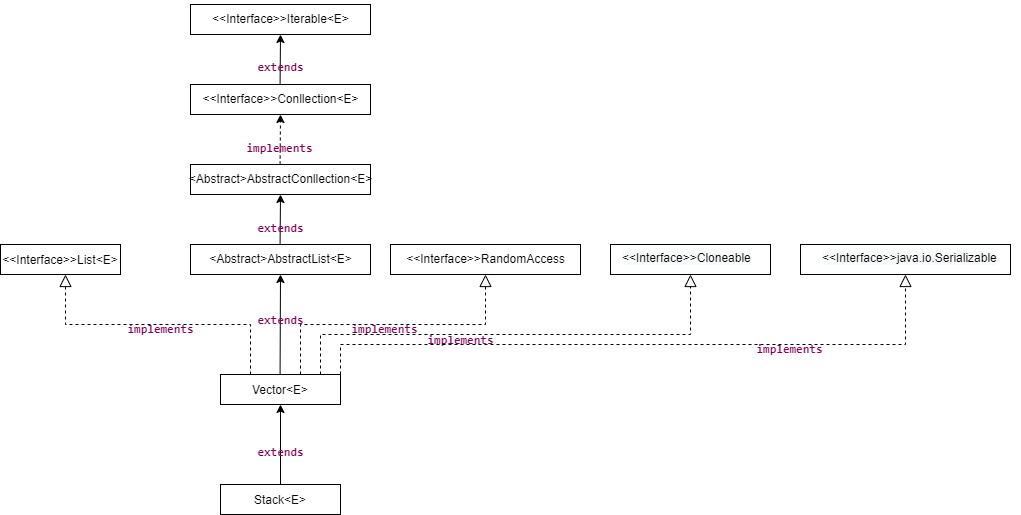
This is Stack关系图.png from jsdsfy/flowchart-warehouse, a draw.io export, as it was before one commit. Source tidied: cells renumbered, new cells last; positions are measured from the earlier drawing's top-left corner, leaving out a move shared by most shapes.
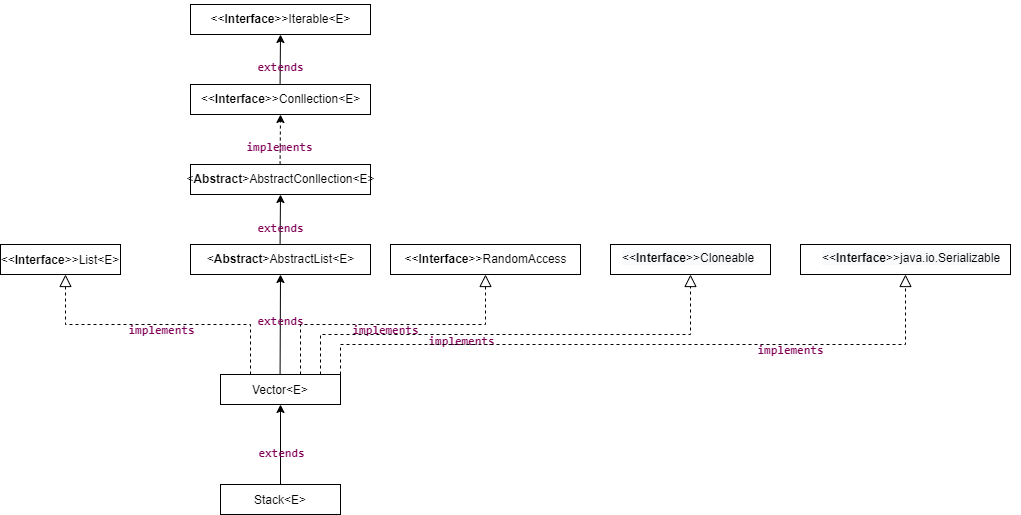
Above is the later version.

Commit message:
更新Stack关系图.png

What changed in the source:
```diff
@@ -8,7 +8,7 @@
     <mxCell id="3" value="Vector&amp;lt;E&amp;gt;" style="rounded=0;whiteSpace=wrap;html=1;" parent="1" vertex="1">
       <mxGeometry x="220" y="370" width="120" height="30" as="geometry" />
     </mxCell>
-    <mxCell id="4" value="&amp;lt;&amp;lt;Interface&amp;gt;&amp;gt;List&amp;lt;E&amp;gt;" style="rounded=0;whiteSpace=wrap;html=1;" parent="1" vertex="1">
+    <mxCell id="4" value="&amp;lt;&amp;lt;&lt;b&gt;Interface&lt;/b&gt;&amp;gt;&amp;gt;List&amp;lt;E&amp;gt;" style="rounded=0;whiteSpace=wrap;html=1;" parent="1" vertex="1">
       <mxGeometry y="240" width="120" height="30" as="geometry" />
     </mxCell>
     <mxCell id="5" style="rounded=0;whiteSpace=wrap;html=1;" parent="1" vertex="1">
@@ -70,22 +70,22 @@
     <mxCell id="18" value="&lt;pre style=&quot;font-size: 24px ; font-weight: 700 ; font-family: &amp;quot;consolas&amp;quot;&quot;&gt;&lt;span style=&quot;color: rgb(127 , 0 , 85)&quot;&gt;&lt;font style=&quot;font-size: 11px&quot;&gt;implements&lt;/font&gt;&lt;/span&gt;&lt;/pre&gt;" style="edgeLabel;html=1;align=center;verticalAlign=middle;labelBackgroundColor=none;" parent="17" vertex="1">
       <mxGeometry x="0.44" relative="1" as="geometry" />
     </mxCell>
-    <mxCell id="19" value="&lt;span style=&quot;font-size: 12px ; font-weight: 400&quot;&gt;&amp;lt;Abstract&amp;gt;Abstract&lt;/span&gt;&lt;span style=&quot;font-size: 12px ; font-weight: 400&quot;&gt;List&amp;lt;E&amp;gt;&lt;/span&gt;" style="text;strokeColor=none;fillColor=none;html=1;fontSize=24;fontStyle=1;verticalAlign=middle;align=center;" parent="1" vertex="1">
+    <mxCell id="19" value="&lt;span style=&quot;font-size: 12px ; font-weight: 400&quot;&gt;&amp;lt;&lt;/span&gt;&lt;span style=&quot;font-size: 12px&quot;&gt;Abstract&lt;/span&gt;&lt;span style=&quot;font-size: 12px ; font-weight: 400&quot;&gt;&amp;gt;Abstract&lt;/span&gt;&lt;span style=&quot;font-size: 12px ; font-weight: 400&quot;&gt;List&amp;lt;E&amp;gt;&lt;/span&gt;" style="text;strokeColor=none;fillColor=none;html=1;fontSize=24;fontStyle=1;verticalAlign=middle;align=center;" parent="1" vertex="1">
       <mxGeometry x="200" y="240" width="160" height="20" as="geometry" />
     </mxCell>
-    <mxCell id="20" value="&lt;span style=&quot;font-size: 12px ; font-weight: 400&quot;&gt;&amp;lt;&amp;lt;Interface&amp;gt;&amp;gt;RandomAccess&lt;/span&gt;" style="text;strokeColor=none;fillColor=none;html=1;fontSize=24;fontStyle=1;verticalAlign=middle;align=center;" parent="1" vertex="1">
+    <mxCell id="20" value="&lt;span style=&quot;font-size: 12px ; font-weight: 400&quot;&gt;&amp;lt;&amp;lt;&lt;/span&gt;&lt;span style=&quot;font-size: 12px&quot;&gt;Interface&lt;/span&gt;&lt;span style=&quot;font-size: 12px ; font-weight: 400&quot;&gt;&amp;gt;&amp;gt;RandomAccess&lt;/span&gt;" style="text;strokeColor=none;fillColor=none;html=1;fontSize=24;fontStyle=1;verticalAlign=middle;align=center;" parent="1" vertex="1">
       <mxGeometry x="405" y="240" width="160" height="20" as="geometry" />
     </mxCell>
-    <mxCell id="21" value="&lt;span style=&quot;color: rgb(0 , 0 , 0) ; font-family: &amp;#34;helvetica&amp;#34; ; font-size: 12px ; font-style: normal ; font-weight: 400 ; letter-spacing: normal ; text-align: center ; text-indent: 0px ; text-transform: none ; word-spacing: 0px ; background-color: rgb(248 , 249 , 250) ; display: inline ; float: none&quot;&gt;&amp;lt;&amp;lt;Interface&amp;gt;&amp;gt;Cloneable&lt;/span&gt;" style="text;whiteSpace=wrap;html=1;" parent="1" vertex="1">
+    <mxCell id="21" value="&lt;span style=&quot;color: rgb(0 , 0 , 0) ; font-family: &amp;#34;helvetica&amp;#34; ; font-size: 12px ; font-style: normal ; font-weight: 400 ; letter-spacing: normal ; text-align: center ; text-indent: 0px ; text-transform: none ; word-spacing: 0px ; background-color: rgb(248 , 249 , 250) ; display: inline ; float: none&quot;&gt;&amp;lt;&amp;lt;&lt;/span&gt;&lt;span style=&quot;color: rgb(0 , 0 , 0) ; font-family: &amp;#34;helvetica&amp;#34; ; font-size: 12px ; font-style: normal ; letter-spacing: normal ; text-align: center ; text-indent: 0px ; text-transform: none ; word-spacing: 0px ; background-color: rgb(248 , 249 , 250) ; display: inline ; float: none&quot;&gt;&lt;b&gt;Interface&lt;/b&gt;&lt;/span&gt;&lt;span style=&quot;color: rgb(0 , 0 , 0) ; font-family: &amp;#34;helvetica&amp;#34; ; font-size: 12px ; font-style: normal ; font-weight: 400 ; letter-spacing: normal ; text-align: center ; text-indent: 0px ; text-transform: none ; word-spacing: 0px ; background-color: rgb(248 , 249 , 250) ; display: inline ; float: none&quot;&gt;&amp;gt;&amp;gt;Cloneable&lt;/span&gt;" style="text;whiteSpace=wrap;html=1;" parent="1" vertex="1">
       <mxGeometry x="620" y="240" width="140" height="30" as="geometry" />
     </mxCell>
-    <mxCell id="22" value="&lt;span style=&quot;color: rgb(0 , 0 , 0) ; font-family: &amp;#34;helvetica&amp;#34; ; font-size: 12px ; font-style: normal ; font-weight: 400 ; letter-spacing: normal ; text-align: center ; text-indent: 0px ; text-transform: none ; word-spacing: 0px ; background-color: rgb(248 , 249 , 250) ; display: inline ; float: none&quot;&gt;&amp;lt;&amp;lt;Interface&amp;gt;&amp;gt;java.io.Serializable&lt;/span&gt;" style="text;whiteSpace=wrap;html=1;" parent="1" vertex="1">
+    <mxCell id="22" value="&lt;span style=&quot;color: rgb(0 , 0 , 0) ; font-family: &amp;#34;helvetica&amp;#34; ; font-size: 12px ; font-style: normal ; font-weight: 400 ; letter-spacing: normal ; text-align: center ; text-indent: 0px ; text-transform: none ; word-spacing: 0px ; background-color: rgb(248 , 249 , 250) ; display: inline ; float: none&quot;&gt;&amp;lt;&amp;lt;&lt;/span&gt;&lt;span style=&quot;color: rgb(0 , 0 , 0) ; font-family: &amp;#34;helvetica&amp;#34; ; font-size: 12px ; font-style: normal ; letter-spacing: normal ; text-align: center ; text-indent: 0px ; text-transform: none ; word-spacing: 0px ; background-color: rgb(248 , 249 , 250) ; display: inline ; float: none&quot;&gt;&lt;b&gt;Interface&lt;/b&gt;&lt;/span&gt;&lt;span style=&quot;color: rgb(0 , 0 , 0) ; font-family: &amp;#34;helvetica&amp;#34; ; font-size: 12px ; font-style: normal ; font-weight: 400 ; letter-spacing: normal ; text-align: center ; text-indent: 0px ; text-transform: none ; word-spacing: 0px ; background-color: rgb(248 , 249 , 250) ; display: inline ; float: none&quot;&gt;&amp;gt;&amp;gt;java.io.Serializable&lt;/span&gt;" style="text;whiteSpace=wrap;html=1;" parent="1" vertex="1">
       <mxGeometry x="820" y="240" width="200" height="30" as="geometry" />
     </mxCell>
     <mxCell id="23" style="rounded=0;whiteSpace=wrap;html=1;" parent="1" vertex="1">
       <mxGeometry x="190" y="160" width="180" height="30" as="geometry" />
     </mxCell>
-    <mxCell id="24" value="&lt;span style=&quot;font-size: 12px ; font-weight: 400&quot;&gt;&amp;lt;Abstract&amp;gt;AbstractConllection&lt;/span&gt;&lt;span style=&quot;font-size: 12px ; font-weight: 400&quot;&gt;&amp;lt;E&amp;gt;&lt;/span&gt;" style="text;strokeColor=none;fillColor=none;html=1;fontSize=24;fontStyle=1;verticalAlign=middle;align=center;" parent="1" vertex="1">
+    <mxCell id="24" value="&lt;span style=&quot;font-size: 12px ; font-weight: 400&quot;&gt;&amp;lt;&lt;/span&gt;&lt;span style=&quot;font-size: 12px&quot;&gt;Abstract&lt;/span&gt;&lt;span style=&quot;font-size: 12px ; font-weight: 400&quot;&gt;&amp;gt;AbstractConllection&lt;/span&gt;&lt;span style=&quot;font-size: 12px ; font-weight: 400&quot;&gt;&amp;lt;E&amp;gt;&lt;/span&gt;" style="text;strokeColor=none;fillColor=none;html=1;fontSize=24;fontStyle=1;verticalAlign=middle;align=center;" parent="1" vertex="1">
       <mxGeometry x="200" y="160" width="160" height="20" as="geometry" />
     </mxCell>
     <mxCell id="25" style="endArrow=classic;html=1;exitX=0.5;exitY=0;exitDx=0;exitDy=0;" parent="1" edge="1">
@@ -109,7 +109,7 @@
     <mxCell id="29" style="rounded=0;whiteSpace=wrap;html=1;" parent="1" vertex="1">
       <mxGeometry x="190" y="80" width="180" height="30" as="geometry" />
     </mxCell>
-    <mxCell id="30" value="&lt;span style=&quot;font-size: 12px ; font-weight: 400&quot;&gt;&amp;lt;&amp;lt;Interface&amp;gt;&amp;gt;&lt;/span&gt;&lt;span style=&quot;font-size: 12px ; font-weight: 400&quot;&gt;Conllection&lt;/span&gt;&lt;span style=&quot;font-size: 12px ; font-weight: 400&quot;&gt;&amp;lt;E&amp;gt;&lt;/span&gt;" style="text;strokeColor=none;fillColor=none;html=1;fontSize=24;fontStyle=1;verticalAlign=middle;align=center;" parent="1" vertex="1">
+    <mxCell id="30" value="&lt;span style=&quot;font-size: 12px ; font-weight: 400&quot;&gt;&amp;lt;&amp;lt;&lt;/span&gt;&lt;span style=&quot;font-size: 12px&quot;&gt;Interface&lt;/span&gt;&lt;span style=&quot;font-size: 12px ; font-weight: 400&quot;&gt;&amp;gt;&amp;gt;&lt;/span&gt;&lt;span style=&quot;font-size: 12px ; font-weight: 400&quot;&gt;Conllection&lt;/span&gt;&lt;span style=&quot;font-size: 12px ; font-weight: 400&quot;&gt;&amp;lt;E&amp;gt;&lt;/span&gt;" style="text;strokeColor=none;fillColor=none;html=1;fontSize=24;fontStyle=1;verticalAlign=middle;align=center;" parent="1" vertex="1">
       <mxGeometry x="200" y="80" width="160" height="20" as="geometry" />
     </mxCell>
     <mxCell id="31" style="endArrow=classic;html=1;exitX=0.5;exitY=0;exitDx=0;exitDy=0;" parent="1" edge="1">
@@ -124,7 +124,7 @@
     <mxCell id="33" style="rounded=0;whiteSpace=wrap;html=1;" parent="1" vertex="1">
       <mxGeometry x="190" width="180" height="30" as="geometry" />
     </mxCell>
-    <mxCell id="34" value="&lt;span style=&quot;font-size: 12px ; font-weight: 400&quot;&gt;&amp;lt;&amp;lt;Interface&amp;gt;&amp;gt;Iterable&lt;/span&gt;&lt;span style=&quot;font-size: 12px ; font-weight: 400&quot;&gt;&amp;lt;E&amp;gt;&lt;/span&gt;" style="text;strokeColor=none;fillColor=none;html=1;fontSize=24;fontStyle=1;verticalAlign=middle;align=center;" parent="1" vertex="1">
+    <mxCell id="34" value="&lt;span style=&quot;font-size: 12px ; font-weight: 400&quot;&gt;&amp;lt;&amp;lt;&lt;/span&gt;&lt;span style=&quot;font-size: 12px&quot;&gt;Interface&lt;/span&gt;&lt;span style=&quot;font-size: 12px ; font-weight: 400&quot;&gt;&amp;gt;&amp;gt;Iterable&lt;/span&gt;&lt;span style=&quot;font-size: 12px ; font-weight: 400&quot;&gt;&amp;lt;E&amp;gt;&lt;/span&gt;" style="text;strokeColor=none;fillColor=none;html=1;fontSize=24;fontStyle=1;verticalAlign=middle;align=center;" parent="1" vertex="1">
       <mxGeometry x="200" width="160" height="20" as="geometry" />
     </mxCell>
     <mxCell id="35" style="endArrow=classic;html=1;exitX=0.5;exitY=0;exitDx=0;exitDy=0;entryX=0.5;entryY=1;entryDx=0;entryDy=0;" parent="1" edge="1" source="2" target="3">
```
